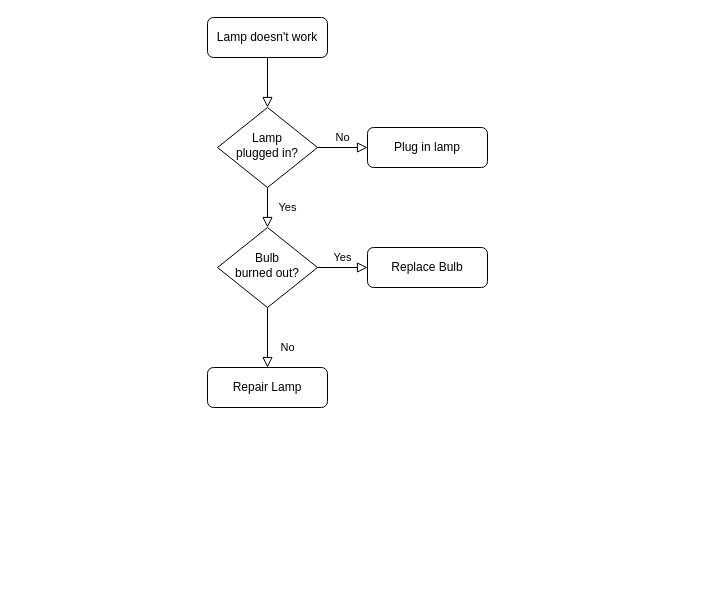
Before: jenkins-cicd-flow.drawio in oasisnoehub/DevOps, a draw.io diagram. Source tidied: cells renumbered, new cells numbered last; positions are measured from the earlier drawing's top-left corner, leaving out a move shared by most shapes. Both pictures are drawn from the tidied source at 100%, with x=0, y=0 at pixel (207, 17).
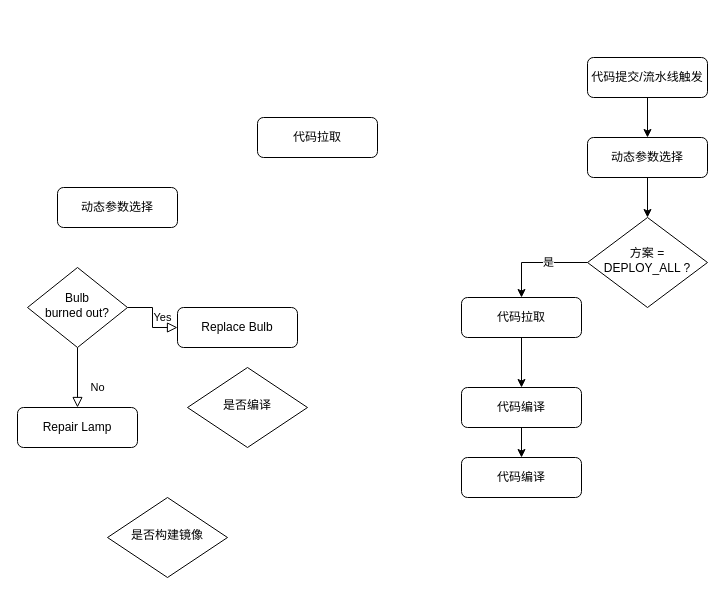
Above is the later version.

Change to the diagram source:
```diff
@@
-    <mxCell id="2" style="rounded=0;html=1;jettySize=auto;fontSize=11;endArrow=block;endFill=0;endSize=8;strokeWidth=1;shadow=0;labelBackgroundColor=none;edgeStyle=orthogonalEdgeStyle;" parent="1" edge="1" source="3" target="6">
-      <mxGeometry relative="1" as="geometry" />
-    </mxCell>
-    <mxCell id="3" value="Lamp doesn't work" style="rounded=1;whiteSpace=wrap;html=1;fontSize=12;glass=0;strokeWidth=1;shadow=0;" parent="1" vertex="1">
-      <mxGeometry width="120" height="40" as="geometry" />
+    <mxCell id="3" value="代码提交/流水线触发" style="rounded=1;whiteSpace=wrap;html=1;fontSize=12;glass=0;strokeWidth=1;shadow=0;" parent="1" vertex="1">
+      <mxGeometry x="380" y="40" width="120" height="40" as="geometry" />
     </mxCell>
-    <mxCell id="4" value="Yes" style="rounded=0;html=1;jettySize=auto;fontSize=11;endArrow=block;endFill=0;endSize=8;strokeWidth=1;shadow=0;labelBackgroundColor=none;edgeStyle=orthogonalEdgeStyle;" parent="1" edge="1" source="6" target="10">
-      <mxGeometry y="20" relative="1" as="geometry" />
-    </mxCell>
-    <mxCell id="5" value="No" style="edgeStyle=orthogonalEdgeStyle;rounded=0;html=1;jettySize=auto;fontSize=11;endArrow=block;endFill=0;endSize=8;strokeWidth=1;shadow=0;labelBackgroundColor=none;" parent="1" edge="1" source="6" target="7">
-      <mxGeometry y="10" relative="1" as="geometry" />
-    </mxCell>
-    <mxCell id="6" value="Lamp&lt;br&gt;plugged in?" style="rhombus;whiteSpace=wrap;html=1;shadow=0;fontFamily=Helvetica;fontSize=12;align=center;strokeWidth=1;spacing=6;spacingTop=-4;" parent="1" vertex="1">
-      <mxGeometry x="10" y="90" width="100" height="80" as="geometry" />
-    </mxCell>
-    <mxCell id="7" value="Plug in lamp" style="rounded=1;whiteSpace=wrap;html=1;fontSize=12;glass=0;strokeWidth=1;shadow=0;" parent="1" vertex="1">
-      <mxGeometry x="160" y="110" width="120" height="40" as="geometry" />
-    </mxCell>
@@
     <mxCell id="10" value="Bulb&lt;br&gt;burned out?" style="rhombus;whiteSpace=wrap;html=1;shadow=0;fontFamily=Helvetica;fontSize=12;align=center;strokeWidth=1;spacing=6;spacingTop=-4;" parent="1" vertex="1">
-      <mxGeometry x="10" y="210" width="100" height="80" as="geometry" />
+      <mxGeometry x="-180" y="250" width="100" height="80" as="geometry" />
     </mxCell>
     <mxCell id="11" value="Repair Lamp" style="rounded=1;whiteSpace=wrap;html=1;fontSize=12;glass=0;strokeWidth=1;shadow=0;" parent="1" vertex="1">
-      <mxGeometry y="350" width="120" height="40" as="geometry" />
+      <mxGeometry x="-190" y="390" width="120" height="40" as="geometry" />
     </mxCell>
     <mxCell id="12" value="Replace Bulb" style="rounded=1;whiteSpace=wrap;html=1;fontSize=12;glass=0;strokeWidth=1;shadow=0;" parent="1" vertex="1">
-      <mxGeometry x="160" y="230" width="120" height="40" as="geometry" />
+      <mxGeometry x="-30" y="290" width="120" height="40" as="geometry" />
     </mxCell>
+    <mxCell id="13" style="edgeStyle=orthogonalEdgeStyle;rounded=0;jettySize=auto;html=1;" parent="1" edge="1" source="3" target="17">
+      <mxGeometry relative="1" as="geometry" />
+    </mxCell>
+    <mxCell id="14" value="是否编译" style="rhombus;whiteSpace=wrap;html=1;shadow=0;fontFamily=Helvetica;fontSize=12;align=center;strokeWidth=1;spacing=6;spacingTop=-4;" parent="1" vertex="1">
+      <mxGeometry x="-20" y="350" width="120" height="80" as="geometry" />
+    </mxCell>
+    <mxCell id="15" value="是否构建镜像" style="rhombus;whiteSpace=wrap;html=1;shadow=0;fontFamily=Helvetica;fontSize=12;align=center;strokeWidth=1;spacing=6;spacingTop=-4;" parent="1" vertex="1">
+      <mxGeometry x="-100" y="480" width="120" height="80" as="geometry" />
+    </mxCell>
+    <mxCell id="16" style="edgeStyle=orthogonalEdgeStyle;rounded=0;jettySize=auto;html=1;entryX=0.5;entryY=0;entryDx=0;entryDy=0;" parent="1" edge="1" source="17" target="21">
+      <mxGeometry relative="1" as="geometry" />
+    </mxCell>
+    <mxCell id="17" value="动态参数选择" style="rounded=1;whiteSpace=wrap;html=1;fontSize=12;glass=0;strokeWidth=1;shadow=0;" parent="1" vertex="1">
+      <mxGeometry x="380" y="120" width="120" height="40" as="geometry" />
+    </mxCell>
+    <mxCell id="18" value="动态参数选择" style="rounded=1;whiteSpace=wrap;html=1;fontSize=12;glass=0;strokeWidth=1;shadow=0;" parent="1" vertex="1">
+      <mxGeometry x="-150" y="170" width="120" height="40" as="geometry" />
+    </mxCell>
+    <mxCell id="19" style="edgeStyle=orthogonalEdgeStyle;rounded=0;jettySize=auto;html=1;entryX=0.5;entryY=0;entryDx=0;entryDy=0;" parent="1" edge="1" source="21" target="23">
+      <mxGeometry relative="1" as="geometry">
+        <Array as="points">
+          <mxPoint x="314" y="245" />
+        </Array>
+      </mxGeometry>
+    </mxCell>
+    <mxCell id="20" value="是" style="edgeLabel;html=1;align=center;verticalAlign=middle;" parent="19" vertex="1">
+      <mxGeometry x="-0.2" y="-1" relative="1" as="geometry" />
+    </mxCell>
+    <mxCell id="21" value="方案 = DEPLOY_ALL ?" style="rhombus;whiteSpace=wrap;html=1;shadow=0;fontFamily=Helvetica;fontSize=12;align=center;strokeWidth=1;spacing=6;spacingTop=-4;" parent="1" vertex="1">
+      <mxGeometry x="380" y="200" width="120" height="90" as="geometry" />
+    </mxCell>
+    <mxCell id="22" style="edgeStyle=orthogonalEdgeStyle;rounded=0;jettySize=auto;html=1;entryX=0.5;entryY=0;entryDx=0;entryDy=0;" parent="1" edge="1" source="23" target="26">
+      <mxGeometry relative="1" as="geometry" />
+    </mxCell>
+    <mxCell id="23" value="代码拉取" style="rounded=1;whiteSpace=wrap;html=1;fontSize=12;glass=0;strokeWidth=1;shadow=0;" parent="1" vertex="1">
+      <mxGeometry x="254" y="280" width="120" height="40" as="geometry" />
+    </mxCell>
+    <mxCell id="24" value="代码拉取" style="rounded=1;whiteSpace=wrap;html=1;fontSize=12;glass=0;strokeWidth=1;shadow=0;" parent="1" vertex="1">
+      <mxGeometry x="50" y="100" width="120" height="40" as="geometry" />
+    </mxCell>
+    <mxCell id="25" style="edgeStyle=orthogonalEdgeStyle;rounded=0;jettySize=auto;html=1;entryX=0.5;entryY=0;entryDx=0;entryDy=0;" parent="1" edge="1" source="26" target="27">
+      <mxGeometry relative="1" as="geometry" />
+    </mxCell>
+    <mxCell id="26" value="代码编译" style="rounded=1;whiteSpace=wrap;html=1;fontSize=12;glass=0;strokeWidth=1;shadow=0;" parent="1" vertex="1">
+      <mxGeometry x="254" y="370" width="120" height="40" as="geometry" />
+    </mxCell>
+    <mxCell id="27" value="代码编译" style="rounded=1;whiteSpace=wrap;html=1;fontSize=12;glass=0;strokeWidth=1;shadow=0;" parent="1" vertex="1">
+      <mxGeometry x="254" y="440" width="120" height="40" as="geometry" />
+    </mxCell>
```
